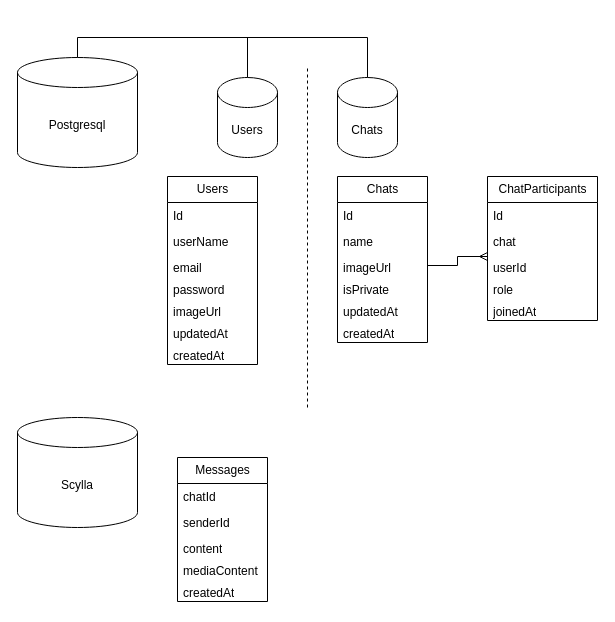
Earlier version of the draw.io diagram page "Strona-3" (3 of 4) of architecture.drawio (Kuba072002/social-service). Source tidied: cells renumbered, new cells numbered last; positions are measured from the earlier drawing's top-left corner, leaving out a move shared by most shapes. Both pictures are drawn from the tidied source at 100%, with x=0, y=0 at pixel (17, 37).
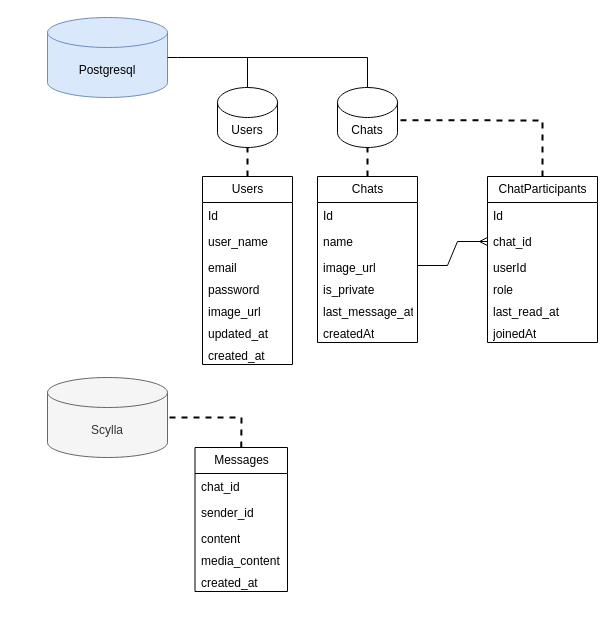
The same diagram, later.

Unchanged cells that the change refers to:
```xml
<mxCell id="25" value="userId" style="text;strokeColor=none;fillColor=none;align=left;verticalAlign=top;spacingLeft=4;spacingRight=4;overflow=hidden;points=[[0,0.5],[1,0.5]];portConstraint=eastwest;whiteSpace=wrap;html=1;" parent="22" vertex="1">
  <mxGeometry y="78" width="110" height="22" as="geometry" />
</mxCell>
```

What changed in the source:
```diff
@@
-    <mxCell id="2" value="Postgresql" style="shape=cylinder3;whiteSpace=wrap;html=1;boundedLbl=1;backgroundOutline=1;size=15;" parent="1" vertex="1">
-      <mxGeometry y="20" width="120" height="110" as="geometry" />
+    <mxCell id="2" value="Postgresql" style="shape=cylinder3;whiteSpace=wrap;html=1;boundedLbl=1;backgroundOutline=1;size=15;fillColor=#dae8fc;strokeColor=#6c8ebf;" parent="1" vertex="1">
+      <mxGeometry x="30" y="-20" width="120" height="80" as="geometry" />
     </mxCell>
     <mxCell id="3" value="Users" style="shape=cylinder3;whiteSpace=wrap;html=1;boundedLbl=1;backgroundOutline=1;size=15;" parent="1" vertex="1">
-      <mxGeometry x="200" y="40" width="60" height="80" as="geometry" />
+      <mxGeometry x="200" y="50" width="60" height="60" as="geometry" />
     </mxCell>
     <mxCell id="4" value="Chats" style="shape=cylinder3;whiteSpace=wrap;html=1;boundedLbl=1;backgroundOutline=1;size=15;" parent="1" vertex="1">
-      <mxGeometry x="320" y="40" width="60" height="80" as="geometry" />
+      <mxGeometry x="320" y="50" width="60" height="60" as="geometry" />
     </mxCell>
-    <mxCell id="5" style="endArrow=none;html=1;rounded=0;entryX=0.5;entryY=0;entryDx=0;entryDy=0;entryPerimeter=0;exitX=0.5;exitY=0;exitDx=0;exitDy=0;exitPerimeter=0;" parent="1" edge="1" source="2" target="4">
+    <mxCell id="5" style="endArrow=none;html=1;rounded=0;entryX=0.5;entryY=0;entryDx=0;entryDy=0;entryPerimeter=0;exitX=1;exitY=0.5;exitDx=0;exitDy=0;exitPerimeter=0;" parent="1" edge="1" source="2" target="4">
       <mxGeometry relative="1" as="geometry">
         <Array as="points">
-          <mxPoint x="60" />
-          <mxPoint x="350" />
+          <mxPoint x="160" y="20" />
+          <mxPoint x="350" y="20" />
         </Array>
       </mxGeometry>
     </mxCell>
     <mxCell id="6" style="endArrow=none;html=1;rounded=0;entryX=0.5;entryY=0;entryDx=0;entryDy=0;entryPerimeter=0;" parent="1" edge="1" target="3">
       <mxGeometry relative="1" as="geometry">
-        <mxPoint x="230" as="sourcePoint" />
+        <mxPoint x="230" y="20" as="sourcePoint" />
       </mxGeometry>
     </mxCell>
     <mxCell id="7" value="Users" style="swimlane;fontStyle=0;horizontal=1;startSize=26;fillColor=none;html=1;" parent="1" vertex="1">
-      <mxGeometry x="150" y="139" width="90" height="188" as="geometry" />
+      <mxGeometry x="185" y="139" width="90" height="188" as="geometry" />
     </mxCell>
@@
-    <mxCell id="9" value="userName" style="text;strokeColor=none;fillColor=none;align=left;verticalAlign=top;spacingLeft=4;spacingRight=4;overflow=hidden;whiteSpace=wrap;html=1;" parent="7" vertex="1">
+    <mxCell id="9" value="user_name" style="text;strokeColor=none;fillColor=none;align=left;verticalAlign=top;spacingLeft=4;spacingRight=4;overflow=hidden;whiteSpace=wrap;html=1;" parent="7" vertex="1">
       <mxGeometry y="52" width="90" height="26" as="geometry" />
     </mxCell>
@@
-    <mxCell id="12" value="imageUrl" style="text;strokeColor=none;fillColor=none;align=left;verticalAlign=top;spacingLeft=4;spacingRight=4;overflow=hidden;whiteSpace=wrap;html=1;" parent="7" vertex="1">
+    <mxCell id="12" value="image_url" style="text;strokeColor=none;fillColor=none;align=left;verticalAlign=top;spacingLeft=4;spacingRight=4;overflow=hidden;whiteSpace=wrap;html=1;" parent="7" vertex="1">
       <mxGeometry y="122" width="90" height="22" as="geometry" />
     </mxCell>
-    <mxCell id="13" value="updatedAt" style="text;strokeColor=none;fillColor=none;align=left;verticalAlign=top;spacingLeft=4;spacingRight=4;overflow=hidden;whiteSpace=wrap;html=1;" parent="7" vertex="1">
+    <mxCell id="13" value="updated_at" style="text;strokeColor=none;fillColor=none;align=left;verticalAlign=top;spacingLeft=4;spacingRight=4;overflow=hidden;whiteSpace=wrap;html=1;" parent="7" vertex="1">
       <mxGeometry y="144" width="90" height="22" as="geometry" />
     </mxCell>
-    <mxCell id="14" value="createdAt" style="text;strokeColor=none;fillColor=none;align=left;verticalAlign=top;spacingLeft=4;spacingRight=4;overflow=hidden;whiteSpace=wrap;html=1;" parent="7" vertex="1">
+    <mxCell id="14" value="created_at" style="text;strokeColor=none;fillColor=none;align=left;verticalAlign=top;spacingLeft=4;spacingRight=4;overflow=hidden;whiteSpace=wrap;html=1;" parent="7" vertex="1">
       <mxGeometry y="166" width="90" height="22" as="geometry" />
     </mxCell>
     <mxCell id="15" value="Chats" style="swimlane;fontStyle=0;horizontal=1;startSize=26;fillColor=none;html=1;" parent="1" vertex="1">
-      <mxGeometry x="320" y="139" width="90" height="166" as="geometry" />
+      <mxGeometry x="300" y="139" width="100" height="166" as="geometry" />
     </mxCell>
     <mxCell id="16" value="Id" style="text;strokeColor=none;fillColor=none;align=left;verticalAlign=top;spacingLeft=4;spacingRight=4;overflow=hidden;whiteSpace=wrap;html=1;" parent="15" vertex="1">
-      <mxGeometry y="26" width="90" height="26" as="geometry" />
+      <mxGeometry y="26" width="100" height="26" as="geometry" />
     </mxCell>
     <mxCell id="17" value="name" style="text;strokeColor=none;fillColor=none;align=left;verticalAlign=top;spacingLeft=4;spacingRight=4;overflow=hidden;whiteSpace=wrap;html=1;" parent="15" vertex="1">
-      <mxGeometry y="52" width="90" height="26" as="geometry" />
+      <mxGeometry y="52" width="100" height="26" as="geometry" />
     </mxCell>
-    <mxCell id="18" value="imageUrl" style="text;strokeColor=none;fillColor=none;align=left;verticalAlign=top;spacingLeft=4;spacingRight=4;overflow=hidden;points=[[0,0.5],[1,0.5]];portConstraint=eastwest;whiteSpace=wrap;html=1;" parent="15" vertex="1">
-      <mxGeometry y="78" width="90" height="22" as="geometry" />
+    <mxCell id="18" value="image_url" style="text;strokeColor=none;fillColor=none;align=left;verticalAlign=top;spacingLeft=4;spacingRight=4;overflow=hidden;points=[[0,0.5],[1,0.5]];portConstraint=eastwest;whiteSpace=wrap;html=1;" parent="15" vertex="1">
+      <mxGeometry y="78" width="100" height="22" as="geometry" />
     </mxCell>
-    <mxCell id="19" value="isPrivate" style="text;strokeColor=none;fillColor=none;align=left;verticalAlign=top;spacingLeft=4;spacingRight=4;overflow=hidden;whiteSpace=wrap;html=1;" parent="15" vertex="1">
-      <mxGeometry y="100" width="90" height="22" as="geometry" />
+    <mxCell id="19" value="is_private" style="text;strokeColor=none;fillColor=none;align=left;verticalAlign=top;spacingLeft=4;spacingRight=4;overflow=hidden;whiteSpace=wrap;html=1;" parent="15" vertex="1">
+      <mxGeometry y="100" width="100" height="22" as="geometry" />
     </mxCell>
-    <mxCell id="20" value="updatedAt" style="text;strokeColor=none;fillColor=none;align=left;verticalAlign=top;spacingLeft=4;spacingRight=4;overflow=hidden;whiteSpace=wrap;html=1;" parent="15" vertex="1">
-      <mxGeometry y="122" width="90" height="22" as="geometry" />
+    <mxCell id="20" value="last_message_at" style="text;strokeColor=none;fillColor=none;align=left;verticalAlign=top;spacingLeft=4;spacingRight=4;overflow=hidden;whiteSpace=wrap;html=1;" parent="15" vertex="1">
+      <mxGeometry y="122" width="100" height="22" as="geometry" />
     </mxCell>
     <mxCell id="21" value="createdAt" style="text;strokeColor=none;fillColor=none;align=left;verticalAlign=top;spacingLeft=4;spacingRight=4;overflow=hidden;whiteSpace=wrap;html=1;" parent="15" vertex="1">
-      <mxGeometry y="144" width="90" height="22" as="geometry" />
+      <mxGeometry y="144" width="100" height="22" as="geometry" />
     </mxCell>
     <mxCell id="22" value="ChatParticipants" style="swimlane;fontStyle=0;horizontal=1;startSize=26;fillColor=none;html=1;" parent="1" vertex="1">
-      <mxGeometry x="470" y="139" width="110" height="144" as="geometry" />
+      <mxGeometry x="470" y="139" width="110" height="166" as="geometry" />
     </mxCell>
@@
-    <mxCell id="24" value="chat" style="text;strokeColor=none;fillColor=none;align=left;verticalAlign=top;spacingLeft=4;spacingRight=4;overflow=hidden;points=[[0,0.5],[1,0.5]];portConstraint=eastwest;whiteSpace=wrap;html=1;" parent="22" vertex="1">
+    <mxCell id="24" value="chat_id" style="text;strokeColor=none;fillColor=none;align=left;verticalAlign=top;spacingLeft=4;spacingRight=4;overflow=hidden;points=[[0,0.5],[1,0.5]];portConstraint=eastwest;whiteSpace=wrap;html=1;" parent="22" vertex="1">
       <mxGeometry y="52" width="110" height="26" as="geometry" />
     </mxCell>
@@
+    <mxCell id="37" value="last_read_at" style="text;strokeColor=none;fillColor=none;align=left;verticalAlign=top;spacingLeft=4;spacingRight=4;overflow=hidden;whiteSpace=wrap;html=1;" parent="22" vertex="1">
+      <mxGeometry y="122" width="110" height="22" as="geometry" />
+    </mxCell>
     <mxCell id="27" value="joinedAt" style="text;strokeColor=none;fillColor=none;align=left;verticalAlign=top;spacingLeft=4;spacingRight=4;overflow=hidden;whiteSpace=wrap;html=1;" parent="22" vertex="1">
-      <mxGeometry y="122" width="110" height="22" as="geometry" />
+      <mxGeometry y="144" width="110" height="22" as="geometry" />
     </mxCell>
-    <mxCell id="28" style="edgeStyle=entityRelationEdgeStyle;fontSize=12;html=1;endArrow=ERmany;rounded=0;entryX=0;entryY=0.091;entryDx=0;entryDy=0;entryPerimeter=0;exitX=1;exitY=0.5;exitDx=0;exitDy=0;" parent="1" edge="1" source="18" target="25">
+    <mxCell id="28" style="edgeStyle=entityRelationEdgeStyle;fontSize=12;html=1;endArrow=ERmany;rounded=0;entryX=0;entryY=0.5;entryDx=0;entryDy=0;exitX=1;exitY=0.5;exitDx=0;exitDy=0;" parent="1" edge="1" source="18" target="24">
       <mxGeometry relative="1" as="geometry" />
     </mxCell>
-    <mxCell id="29" value="Scylla" style="shape=cylinder3;whiteSpace=wrap;html=1;boundedLbl=1;backgroundOutline=1;size=15;" parent="1" vertex="1">
-      <mxGeometry y="380" width="120" height="110" as="geometry" />
+    <mxCell id="29" value="Scylla" style="shape=cylinder3;whiteSpace=wrap;html=1;boundedLbl=1;backgroundOutline=1;size=15;fillColor=#f5f5f5;fontColor=#333333;strokeColor=#666666;" parent="1" vertex="1">
+      <mxGeometry x="30" y="340" width="120" height="80" as="geometry" />
     </mxCell>
     <mxCell id="30" value="Messages" style="swimlane;fontStyle=0;horizontal=1;startSize=26;fillColor=none;html=1;" parent="1" vertex="1">
-      <mxGeometry x="160" y="420" width="90" height="144" as="geometry" />
+      <mxGeometry x="177.5" y="410" width="92.5" height="144" as="geometry" />
     </mxCell>
-    <mxCell id="31" value="chatId" style="text;strokeColor=none;fillColor=none;align=left;verticalAlign=top;spacingLeft=4;spacingRight=4;overflow=hidden;whiteSpace=wrap;html=1;" parent="30" vertex="1">
-      <mxGeometry y="26" width="90" height="26" as="geometry" />
+    <mxCell id="31" value="chat_id" style="text;strokeColor=none;fillColor=none;align=left;verticalAlign=top;spacingLeft=4;spacingRight=4;overflow=hidden;whiteSpace=wrap;html=1;" parent="30" vertex="1">
+      <mxGeometry y="26" width="92.5" height="26" as="geometry" />
     </mxCell>
-    <mxCell id="32" value="senderId" style="text;strokeColor=none;fillColor=none;align=left;verticalAlign=top;spacingLeft=4;spacingRight=4;overflow=hidden;whiteSpace=wrap;html=1;" parent="30" vertex="1">
-      <mxGeometry y="52" width="90" height="26" as="geometry" />
+    <mxCell id="32" value="sender_id" style="text;strokeColor=none;fillColor=none;align=left;verticalAlign=top;spacingLeft=4;spacingRight=4;overflow=hidden;whiteSpace=wrap;html=1;" parent="30" vertex="1">
+      <mxGeometry y="52" width="92.5" height="26" as="geometry" />
     </mxCell>
     <mxCell id="33" value="content" style="text;strokeColor=none;fillColor=none;align=left;verticalAlign=top;spacingLeft=4;spacingRight=4;overflow=hidden;whiteSpace=wrap;html=1;" parent="30" vertex="1">
-      <mxGeometry y="78" width="90" height="22" as="geometry" />
+      <mxGeometry y="78" width="92.5" height="22" as="geometry" />
     </mxCell>
-    <mxCell id="34" value="mediaContent" style="text;strokeColor=none;fillColor=none;align=left;verticalAlign=top;spacingLeft=4;spacingRight=4;overflow=hidden;whiteSpace=wrap;html=1;" parent="30" vertex="1">
-      <mxGeometry y="100" width="90" height="22" as="geometry" />
+    <mxCell id="34" value="media_content" style="text;strokeColor=none;fillColor=none;align=left;verticalAlign=top;spacingLeft=4;spacingRight=4;overflow=hidden;whiteSpace=wrap;html=1;" parent="30" vertex="1">
+      <mxGeometry y="100" width="92.5" height="22" as="geometry" />
     </mxCell>
-    <mxCell id="35" value="createdAt" style="text;strokeColor=none;fillColor=none;align=left;verticalAlign=top;spacingLeft=4;spacingRight=4;overflow=hidden;whiteSpace=wrap;html=1;" parent="30" vertex="1">
-      <mxGeometry y="122" width="90" height="22" as="geometry" />
+    <mxCell id="35" value="created_at" style="text;strokeColor=none;fillColor=none;align=left;verticalAlign=top;spacingLeft=4;spacingRight=4;overflow=hidden;whiteSpace=wrap;html=1;" parent="30" vertex="1">
+      <mxGeometry y="122" width="92.5" height="22" as="geometry" />
     </mxCell>
-    <mxCell id="36" style="endArrow=none;dashed=1;html=1;rounded=0;" parent="1" edge="1">
-      <mxGeometry relative="1" as="geometry">
-        <mxPoint x="290" y="370" as="sourcePoint" />
-        <mxPoint x="290" y="30" as="targetPoint" />
-      </mxGeometry>
-    </mxCell>
+    <mxCell id="38" style="endArrow=none;dashed=1;html=1;strokeWidth=2;rounded=0;entryX=0.5;entryY=1;entryDx=0;entryDy=0;entryPerimeter=0;exitX=0.5;exitY=0;exitDx=0;exitDy=0;" parent="1" edge="1" source="15" target="4">
+      <mxGeometry relative="1" as="geometry" />
+    </mxCell>
+    <mxCell id="39" style="endArrow=none;dashed=1;html=1;strokeWidth=2;rounded=0;exitX=0.5;exitY=0;exitDx=0;exitDy=0;" parent="1" edge="1" source="7">
+      <mxGeometry relative="1" as="geometry">
+        <mxPoint x="230" y="110" as="targetPoint" />
+      </mxGeometry>
+    </mxCell>
+    <mxCell id="40" style="endArrow=none;dashed=1;html=1;strokeWidth=2;rounded=0;entryX=1.011;entryY=0.544;entryDx=0;entryDy=0;entryPerimeter=0;exitX=0.5;exitY=0;exitDx=0;exitDy=0;" parent="1" edge="1" source="22" target="4">
+      <mxGeometry relative="1" as="geometry">
+        <Array as="points">
+          <mxPoint x="525" y="83" />
+        </Array>
+      </mxGeometry>
+    </mxCell>
+    <mxCell id="41" style="endArrow=none;dashed=1;html=1;strokeWidth=2;rounded=0;entryX=1;entryY=0.5;entryDx=0;entryDy=0;entryPerimeter=0;exitX=0.5;exitY=0;exitDx=0;exitDy=0;" parent="1" edge="1" source="30" target="29">
+      <mxGeometry relative="1" as="geometry">
+        <Array as="points">
+          <mxPoint x="224" y="380" />
+          <mxPoint x="170" y="380" />
+        </Array>
+      </mxGeometry>
+    </mxCell>
```
